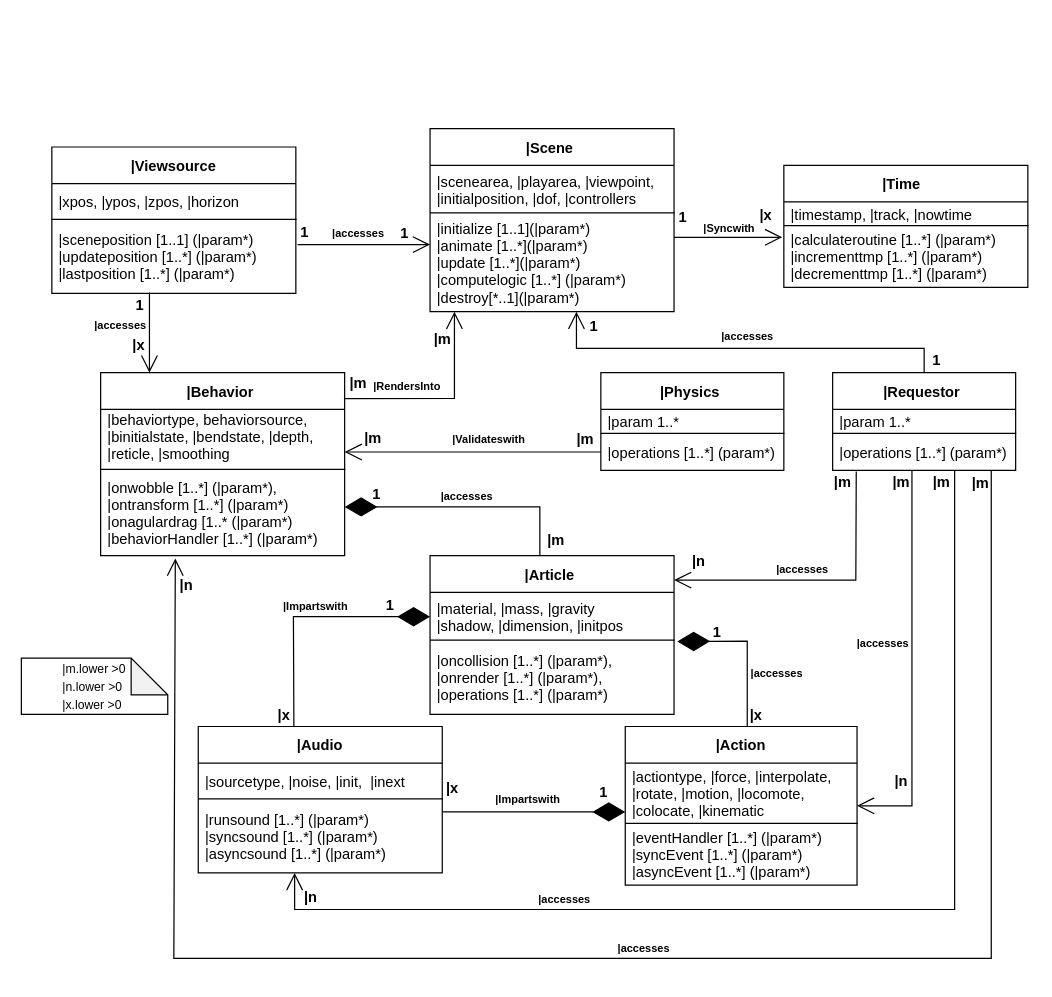
This is final.drawio from sai11101989/vrsemantics, a draw.io file, before an edit. Source tidied: cells renumbered, new cells numbered last; positions are measured from the earlier drawing's top-left corner, leaving out a move shared by most shapes. Both pictures are drawn from the tidied source at 122%, with x=0, y=0 at pixel (21, 128).
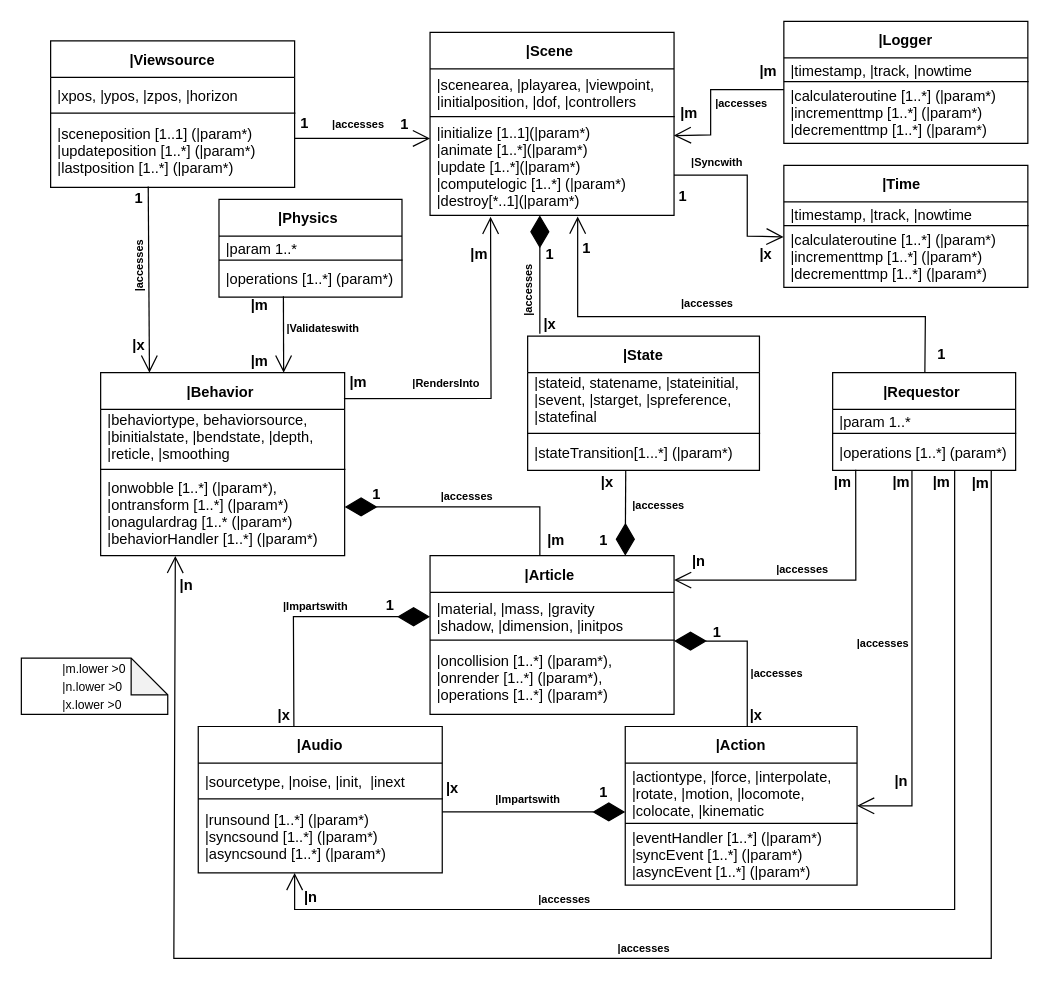
The same page after the edit.

Unchanged cells that the change refers to:
```xml
<mxCell id="4" value="|initialize [1..1](|param*)&#10;|animate [1..*](|param*)&#10;|update [1..*](|param*)&#10;|computelogic [1..*] (|param*)&#10;|destroy[*..1](|param*)" style="text;strokeColor=none;fillColor=none;align=left;verticalAlign=middle;spacingLeft=4;spacingRight=4;overflow=hidden;points=[[0,0.5],[1,0.5]];portConstraint=eastwest;" parent="2" vertex="1">
  <mxGeometry y="70" width="200" height="80" as="geometry" />
</mxCell>
<mxCell id="8" value="|sceneposition [1..1] (|param*)&#10;|updateposition [1..*] (|param*)&#10;|lastposition [1..*] (|param*)" style="text;strokeColor=none;fillColor=none;align=left;verticalAlign=middle;spacingLeft=4;spacingRight=4;overflow=hidden;points=[[0,0.5],[1,0.5]];portConstraint=eastwest;" parent="6" vertex="1">
  <mxGeometry y="60" width="200" height="60" as="geometry" />
</mxCell>
<mxCell id="12" value="|calculateroutine [1..*] (|param*)&#10;|incrementtmp [1..*] (|param*)&#10;|decrementtmp [1..*] (|param*)" style="text;strokeColor=none;fillColor=none;align=left;verticalAlign=middle;spacingLeft=4;spacingRight=4;overflow=hidden;points=[[0,0.5],[1,0.5]];portConstraint=eastwest;" parent="10" vertex="1">
  <mxGeometry y="50" width="200" height="50" as="geometry" />
</mxCell>
<mxCell id="20" value="|Behavior " style="swimlane;fontStyle=1;horizontal=1;startSize=30;" parent="1" vertex="1">
  <mxGeometry x="65" y="200" width="200" height="150" as="geometry" />
</mxCell>
<mxCell id="22" value="|onwobble [1..*] (|param*),&#10;|ontransform [1..*] (|param*)&#10;|onagulardrag [1..* (|param*)&#10;|behaviorHandler [1..*] (|param*)" style="text;strokeColor=none;fillColor=none;align=left;verticalAlign=middle;spacingLeft=4;spacingRight=4;overflow=hidden;points=[[0,0.5],[1,0.5]];portConstraint=eastwest;" parent="20" vertex="1">
  <mxGeometry y="80" width="200" height="70" as="geometry" />
</mxCell>
<mxCell id="39" value="|Requestor " style="swimlane;fontStyle=1;horizontal=1;startSize=30;" parent="1" vertex="1">
  <mxGeometry x="665" y="200" width="150" height="80" as="geometry" />
</mxCell>
<mxCell id="41" value="|operations [1..*] (param*)" style="text;strokeColor=none;fillColor=none;align=left;verticalAlign=middle;spacingLeft=4;spacingRight=4;overflow=hidden;points=[[0,0.5],[1,0.5]];portConstraint=eastwest;" parent="39" vertex="1">
  <mxGeometry y="50" width="150" height="30" as="geometry" />
</mxCell>
<mxCell id="49" value="|oncollision [1..*] (|param*),&#10;|onrender [1..*] (|param*),&#10;|operations [1..*] (|param*)" style="text;strokeColor=none;fillColor=none;align=left;verticalAlign=middle;spacingLeft=4;spacingRight=4;overflow=hidden;points=[[0,0.5],[1,0.5]];portConstraint=eastwest;" parent="47" vertex="1">
  <mxGeometry y="70" width="200" height="60" as="geometry" />
</mxCell>
```

Diff of the diagram source:
```diff
@@
     <mxCell id="2" value="|Scene " style="swimlane;fontStyle=1;horizontal=1;startSize=30;" parent="1" vertex="1">
-      <mxGeometry x="335" width="200" height="150" as="geometry" />
+      <mxGeometry x="335" y="-79" width="200" height="150" as="geometry" />
     </mxCell>
@@
     <mxCell id="6" value="|Viewsource" style="swimlane;fontStyle=1;horizontal=1;startSize=30;" parent="1" vertex="1">
-      <mxGeometry x="25" y="15" width="200" height="120" as="geometry" />
+      <mxGeometry x="24" y="-72" width="200" height="120" as="geometry" />
     </mxCell>
@@
     <mxCell id="14" value="1" style="text;html=1;align=center;verticalAlign=middle;strokeColor=none;fillColor=none;fontStyle=1;" parent="1" vertex="1">
-      <mxGeometry x="217" y="70" width="30" height="30" as="geometry" />
+      <mxGeometry x="217" y="-19" width="30" height="30" as="geometry" />
     </mxCell>
     <mxCell id="15" value="1" style="text;html=1;align=center;verticalAlign=middle;strokeColor=none;fillColor=none;fontStyle=1;" parent="1" vertex="1">
-      <mxGeometry x="299" y="71" width="30" height="30" as="geometry" />
+      <mxGeometry x="299" y="-18" width="30" height="30" as="geometry" />
     </mxCell>
-    <mxCell id="16" style="endArrow=open;endFill=1;endSize=12;html=1;rounded=0;entryX=-0.007;entryY=0.113;entryDx=0;entryDy=0;entryPerimeter=0;" parent="1" edge="1">
+    <mxCell id="16" style="endArrow=open;endFill=1;endSize=12;html=1;rounded=0;entryX=-0.001;entryY=0.174;entryDx=0;entryDy=0;entryPerimeter=0;exitX=1;exitY=0.588;exitDx=0;exitDy=0;exitPerimeter=0;" parent="1" edge="1" source="4" target="12">
       <mxGeometry relative="1" as="geometry">
-        <mxPoint x="535" y="89" as="sourcePoint" />
-        <mxPoint x="623.6" y="89" as="targetPoint" />
+        <Array as="points">
+          <mxPoint x="595" y="38" />
+          <mxPoint x="595" y="88" />
+        </Array>
       </mxGeometry>
     </mxCell>
     <mxCell id="17" value="1" style="text;html=1;align=center;verticalAlign=middle;strokeColor=none;fillColor=none;fontStyle=1;" parent="1" vertex="1">
-      <mxGeometry x="527" y="58" width="30" height="30" as="geometry" />
+      <mxGeometry x="527" y="41" width="30" height="30" as="geometry" />
     </mxCell>
     <mxCell id="18" value="|x" style="text;html=1;align=center;verticalAlign=middle;strokeColor=none;fillColor=none;fontStyle=1;" parent="1" vertex="1">
-      <mxGeometry x="595" y="56" width="30" height="30" as="geometry" />
+      <mxGeometry x="595" y="88" width="30" height="30" as="geometry" />
     </mxCell>
-    <mxCell id="19" style="endArrow=open;endFill=1;endSize=12;html=1;rounded=0;exitX=1.007;exitY=0.333;exitDx=0;exitDy=0;exitPerimeter=0;" parent="1" edge="1" source="8">
+    <mxCell id="19" style="endArrow=open;endFill=1;endSize=12;html=1;rounded=0;entryX=0.005;entryY=0.213;entryDx=0;entryDy=0;entryPerimeter=0;" parent="1" edge="1">
       <mxGeometry relative="1" as="geometry">
-        <mxPoint x="335" y="95" as="targetPoint" />
+        <mxPoint x="224" y="8" as="sourcePoint" />
+        <mxPoint x="335" y="8" as="targetPoint" />
       </mxGeometry>
     </mxCell>
@@
-    <mxCell id="24" value="|Physics " style="swimlane;fontStyle=1;horizontal=1;startSize=30;" parent="1" vertex="1">
-      <mxGeometry x="475" y="200" width="150" height="80" as="geometry" />
+    <mxCell id="24" value="|State" style="swimlane;fontStyle=1;horizontal=1;startSize=30;" parent="1" vertex="1">
+      <mxGeometry x="415" y="170" width="190" height="110" as="geometry" />
     </mxCell>
-    <mxCell id="25" value="|param 1..*" style="text;strokeColor=none;fillColor=none;align=left;verticalAlign=middle;spacingLeft=4;spacingRight=4;overflow=hidden;" parent="24" vertex="1">
-      <mxGeometry y="30" width="150" height="20" as="geometry" />
+    <mxCell id="25" value="|stateid, statename, |stateinitial, &#10;|sevent, |starget, |spreference, &#10;|statefinal&#10;&#10;" style="text;strokeColor=none;fillColor=none;align=left;verticalAlign=middle;spacingLeft=4;spacingRight=4;overflow=hidden;" parent="24" vertex="1">
+      <mxGeometry y="30" width="190" height="50" as="geometry" />
     </mxCell>
-    <mxCell id="26" value="|operations [1..*] (param*)" style="text;strokeColor=none;fillColor=none;align=left;verticalAlign=middle;spacingLeft=4;spacingRight=4;overflow=hidden;points=[[0,0.5],[1,0.5]];portConstraint=eastwest;" parent="24" vertex="1">
-      <mxGeometry y="50" width="150" height="30" as="geometry" />
+    <mxCell id="26" value="|stateTransition[1...*] (|param*)" style="text;strokeColor=none;fillColor=none;align=left;verticalAlign=middle;spacingLeft=4;spacingRight=4;overflow=hidden;points=[[0,0.5],[1,0.5]];portConstraint=eastwest;" parent="24" vertex="1">
+      <mxGeometry y="80" width="190" height="30" as="geometry" />
     </mxCell>
@@
-    <mxCell id="29" value="&lt;font style=&quot;font-size: 9px;&quot;&gt;|accesses&lt;/font&gt;" style="text;html=1;align=center;verticalAlign=middle;strokeColor=none;fillColor=none;fontStyle=1;" parent="1" vertex="1">
-      <mxGeometry x="46" y="146" width="70" height="30" as="geometry" />
+    <mxCell id="29" value="&lt;font style=&quot;font-size: 9px;&quot;&gt;|accesses&lt;/font&gt;" style="text;html=1;align=center;verticalAlign=middle;strokeColor=none;fillColor=none;fontStyle=1;rotation=-90;" parent="1" vertex="1">
+      <mxGeometry x="61" y="98" width="70" height="30" as="geometry" />
     </mxCell>
@@
     <mxCell id="31" value="1" style="text;html=1;align=center;verticalAlign=middle;strokeColor=none;fillColor=none;fontStyle=1;" parent="1" vertex="1">
-      <mxGeometry x="82" y="130" width="30" height="30" as="geometry" />
+      <mxGeometry x="81" y="42" width="30" height="30" as="geometry" />
     </mxCell>
-    <mxCell id="32" style="endArrow=open;endFill=1;endSize=12;html=1;rounded=0;exitX=0.997;exitY=0.142;exitDx=0;exitDy=0;exitPerimeter=0;" parent="1" edge="1" source="20">
+    <mxCell id="32" style="endArrow=open;endFill=1;endSize=12;html=1;rounded=0;exitX=0.997;exitY=0.142;exitDx=0;exitDy=0;exitPerimeter=0;entryX=0.248;entryY=1.015;entryDx=0;entryDy=0;entryPerimeter=0;" parent="1" edge="1" source="20" target="4">
       <mxGeometry relative="1" as="geometry">
-        <mxPoint x="355" y="150" as="targetPoint" />
         <Array as="points">
-          <mxPoint x="355" y="221" />
+          <mxPoint x="385" y="221" />
         </Array>
       </mxGeometry>
     </mxCell>
-    <mxCell id="33" style="endArrow=open;endFill=1;endSize=12;html=1;rounded=0;exitX=0;exitY=0.5;exitDx=0;exitDy=0;" parent="1" edge="1" source="26">
-      <mxGeometry relative="1" as="geometry">
-        <mxPoint x="265" y="265" as="targetPoint" />
-      </mxGeometry>
-    </mxCell>
     <mxCell id="34" value="&lt;font style=&quot;font-size: 9px;&quot;&gt;|accesses&lt;/font&gt;" style="text;html=1;align=center;verticalAlign=middle;strokeColor=none;fillColor=none;fontStyle=1;" parent="1" vertex="1">
-      <mxGeometry x="241" y="70" width="70" height="30" as="geometry" />
+      <mxGeometry x="241" y="-19" width="70" height="30" as="geometry" />
     </mxCell>
     <mxCell id="35" value="|m" style="text;html=1;align=center;verticalAlign=middle;strokeColor=none;fillColor=none;fontStyle=1;" parent="1" vertex="1">
-      <mxGeometry x="256" y="194" width="40" height="30" as="geometry" />
+      <mxGeometry x="256" y="193" width="40" height="30" as="geometry" />
     </mxCell>
     <mxCell id="36" value="|m" style="text;html=1;align=center;verticalAlign=middle;strokeColor=none;fillColor=none;fontStyle=1;" parent="1" vertex="1">
-      <mxGeometry x="325" y="158" width="40" height="30" as="geometry" />
+      <mxGeometry x="355" y="88" width="40" height="30" as="geometry" />
     </mxCell>
     <mxCell id="37" value="|m" style="text;html=1;align=center;verticalAlign=middle;strokeColor=none;fillColor=none;fontStyle=1;" parent="1" vertex="1">
-      <mxGeometry x="268" y="239" width="40" height="30" as="geometry" />
+      <mxGeometry x="175" y="176" width="40" height="30" as="geometry" />
     </mxCell>
     <mxCell id="38" value="|m" style="text;html=1;align=center;verticalAlign=middle;strokeColor=none;fillColor=none;fontStyle=1;" parent="1" vertex="1">
-      <mxGeometry x="442" y="240" width="40" height="30" as="geometry" />
+      <mxGeometry x="175" y="130" width="40" height="30" as="geometry" />
     </mxCell>
@@
-    <mxCell id="43" style="endArrow=open;endFill=1;endSize=12;html=1;rounded=0;exitX=0.5;exitY=0;exitDx=0;exitDy=0;" parent="1" edge="1" source="39">
+    <mxCell id="43" style="endArrow=open;endFill=1;endSize=12;html=1;rounded=0;entryX=0.605;entryY=1.013;entryDx=0;entryDy=0;entryPerimeter=0;exitX=0.053;exitY=0.98;exitDx=0;exitDy=0;exitPerimeter=0;" parent="1" edge="1" source="45" target="4">
       <mxGeometry relative="1" as="geometry">
-        <mxPoint x="455" y="150" as="targetPoint" />
         <Array as="points">
-          <mxPoint x="740" y="180" />
-          <mxPoint x="455" y="180" />
+          <mxPoint x="741" y="154" />
+          <mxPoint x="456" y="154" />
         </Array>
       </mxGeometry>
     </mxCell>
     <mxCell id="44" value="&lt;font style=&quot;font-size: 9px;&quot;&gt;|accesses&lt;/font&gt;" style="text;html=1;align=center;verticalAlign=middle;strokeColor=none;fillColor=none;fontStyle=1;" parent="1" vertex="1">
-      <mxGeometry x="560" y="155" width="70" height="30" as="geometry" />
+      <mxGeometry x="527" y="128" width="70" height="30" as="geometry" />
     </mxCell>
     <mxCell id="45" value="1" style="text;html=1;align=center;verticalAlign=middle;points=[];strokeColor=none;fillColor=none;fontStyle=1;" parent="1" vertex="1">
-      <mxGeometry x="735" y="175" width="30" height="30" as="geometry" />
+      <mxGeometry x="739" y="170" width="30" height="30" as="geometry" />
     </mxCell>
     <mxCell id="46" value="1" style="text;html=1;align=center;verticalAlign=middle;strokeColor=none;fillColor=none;fontStyle=1;" parent="1" vertex="1">
-      <mxGeometry x="454" y="147" width="30" height="30" as="geometry" />
+      <mxGeometry x="448" y="83" width="30" height="30" as="geometry" />
     </mxCell>
@@
     <mxCell id="63" value="&lt;font style=&quot;font-size: 9px;&quot;&gt;|Syncwith&lt;/font&gt;" style="text;html=1;align=center;verticalAlign=middle;strokeColor=none;fillColor=none;fontStyle=1;" parent="1" vertex="1">
-      <mxGeometry x="545" y="66" width="70" height="30" as="geometry" />
+      <mxGeometry x="535" y="12" width="70" height="30" as="geometry" />
     </mxCell>
     <mxCell id="64" value="&lt;font style=&quot;font-size: 9px;&quot;&gt;|Validateswith&lt;/font&gt;" style="text;html=1;align=center;verticalAlign=middle;strokeColor=none;fillColor=none;fontStyle=1;" parent="1" vertex="1">
-      <mxGeometry x="343" y="239" width="80" height="30" as="geometry" />
+      <mxGeometry x="207" y="148" width="80" height="30" as="geometry" />
     </mxCell>
-    <mxCell id="65" style="endArrow=open;endFill=1;endSize=12;html=1;rounded=0;fontSize=9;exitX=0.129;exitY=1.033;exitDx=0;exitDy=0;exitPerimeter=0;" parent="1" edge="1" source="41">
+    <mxCell id="65" style="endArrow=open;endFill=1;endSize=12;html=1;rounded=0;fontSize=9;exitX=0.126;exitY=0.985;exitDx=0;exitDy=0;exitPerimeter=0;" parent="1" edge="1" source="41">
       <mxGeometry relative="1" as="geometry">
         <mxPoint x="535" y="370" as="targetPoint" />
         <Array as="points">
           <mxPoint x="684" y="370" />
         </Array>
       </mxGeometry>
     </mxCell>
@@
-    <mxCell id="68" style="endArrow=open;endFill=1;endSize=12;html=1;rounded=0;fontSize=9;entryX=0.306;entryY=1.033;entryDx=0;entryDy=0;entryPerimeter=0;" parent="1" edge="1" target="22">
+    <mxCell id="68" style="endArrow=open;endFill=1;endSize=12;html=1;rounded=0;fontSize=9;entryX=0.306;entryY=1.002;entryDx=0;entryDy=0;entryPerimeter=0;" parent="1" edge="1" target="22">
       <mxGeometry relative="1" as="geometry">
         <mxPoint x="795" y="280" as="sourcePoint" />
         <Array as="points">
           <mxPoint x="795" y="680" />
-          <mxPoint x="435" y="680" />
           <mxPoint x="125" y="680" />
         </Array>
       </mxGeometry>
     </mxCell>
@@
-    <mxCell id="71" style="endArrow=diamondThin;endFill=1;endSize=24;html=1;rounded=0;fontSize=9;entryX=1.013;entryY=0.006;entryDx=0;entryDy=0;entryPerimeter=0;" parent="1" edge="1" target="49">
+    <mxCell id="71" style="endArrow=diamondThin;endFill=1;endSize=24;html=1;rounded=0;fontSize=9;" parent="1" edge="1">
       <mxGeometry relative="1" as="geometry">
         <mxPoint x="595" y="490" as="sourcePoint" />
+        <mxPoint x="535" y="420" as="targetPoint" />
         <Array as="points">
           <mxPoint x="595" y="420" />
         </Array>
       </mxGeometry>
     </mxCell>
@@
     <mxCell id="94" value="&lt;font style=&quot;font-size: 9px;&quot;&gt;|RendersInto&lt;/font&gt;" style="text;html=1;align=center;verticalAlign=middle;strokeColor=none;fillColor=none;fontStyle=1;" parent="1" vertex="1">
-      <mxGeometry x="276" y="196" width="80" height="30" as="geometry" />
+      <mxGeometry x="308" y="193" width="80" height="30" as="geometry" />
     </mxCell>
+    <mxCell id="95" value="|Logger" style="swimlane;fontStyle=1;horizontal=1;startSize=30;" parent="1" vertex="1">
+      <mxGeometry x="625" y="-88" width="200" height="100" as="geometry" />
+    </mxCell>
+    <mxCell id="96" value="|timestamp, |track, |nowtime" style="text;strokeColor=none;fillColor=none;align=left;verticalAlign=middle;spacingLeft=4;spacingRight=4;overflow=hidden;" parent="95" vertex="1">
+      <mxGeometry y="30" width="200" height="20" as="geometry" />
+    </mxCell>
+    <mxCell id="97" value="|calculateroutine [1..*] (|param*)&#10;|incrementtmp [1..*] (|param*)&#10;|decrementtmp [1..*] (|param*)" style="text;strokeColor=none;fillColor=none;align=left;verticalAlign=middle;spacingLeft=4;spacingRight=4;overflow=hidden;points=[[0,0.5],[1,0.5]];portConstraint=eastwest;" parent="95" vertex="1">
+      <mxGeometry y="50" width="200" height="50" as="geometry" />
+    </mxCell>
+    <mxCell id="98" style="endArrow=none;html=1;rounded=0;exitX=0;exitY=-0.012;exitDx=0;exitDy=0;exitPerimeter=0;entryX=1.003;entryY=-0.012;entryDx=0;entryDy=0;entryPerimeter=0;" parent="95" edge="1" source="97" target="97">
+      <mxGeometry relative="1" as="geometry" />
+    </mxCell>
+    <mxCell id="99" value="|Physics " style="swimlane;fontStyle=1;horizontal=1;startSize=30;" parent="1" vertex="1">
+      <mxGeometry x="162" y="58" width="150" height="80" as="geometry" />
+    </mxCell>
+    <mxCell id="100" value="|param 1..*" style="text;strokeColor=none;fillColor=none;align=left;verticalAlign=middle;spacingLeft=4;spacingRight=4;overflow=hidden;" parent="99" vertex="1">
+      <mxGeometry y="30" width="150" height="20" as="geometry" />
+    </mxCell>
+    <mxCell id="101" value="|operations [1..*] (param*)" style="text;strokeColor=none;fillColor=none;align=left;verticalAlign=middle;spacingLeft=4;spacingRight=4;overflow=hidden;points=[[0,0.5],[1,0.5]];portConstraint=eastwest;" parent="99" vertex="1">
+      <mxGeometry y="50" width="150" height="30" as="geometry" />
+    </mxCell>
+    <mxCell id="102" style="endArrow=none;html=1;rounded=0;exitX=0;exitY=-0.012;exitDx=0;exitDy=0;exitPerimeter=0;entryX=1.003;entryY=-0.012;entryDx=0;entryDy=0;entryPerimeter=0;" parent="99" edge="1" source="101" target="101">
+      <mxGeometry relative="1" as="geometry" />
+    </mxCell>
+    <mxCell id="103" style="endArrow=open;endFill=1;endSize=12;html=1;rounded=0;exitX=0.352;exitY=0.978;exitDx=0;exitDy=0;exitPerimeter=0;" parent="1" edge="1" source="101">
+      <mxGeometry relative="1" as="geometry">
+        <mxPoint x="215" y="200" as="targetPoint" />
+      </mxGeometry>
+    </mxCell>
+    <mxCell id="104" style="endArrow=open;endFill=1;endSize=12;html=1;rounded=0;entryX=0.999;entryY=0.183;entryDx=0;entryDy=0;entryPerimeter=0;" parent="1" edge="1" target="4">
+      <mxGeometry relative="1" as="geometry">
+        <mxPoint x="625" y="-32" as="sourcePoint" />
+        <Array as="points">
+          <mxPoint x="565" y="-32" />
+          <mxPoint x="565" y="-12" />
+          <mxPoint x="565" y="5" />
+        </Array>
+      </mxGeometry>
+    </mxCell>
+    <mxCell id="105" value="|m" style="text;html=1;align=center;verticalAlign=middle;strokeColor=none;fillColor=none;fontStyle=1;" parent="1" vertex="1">
+      <mxGeometry x="527" y="-27" width="40" height="30" as="geometry" />
+    </mxCell>
+    <mxCell id="106" value="|m" style="text;html=1;align=center;verticalAlign=middle;strokeColor=none;fillColor=none;fontStyle=1;" parent="1" vertex="1">
+      <mxGeometry x="592" y="-62" width="40" height="30" as="geometry" />
+    </mxCell>
+    <mxCell id="107" value="&lt;font style=&quot;font-size: 9px;&quot;&gt;|accesses&lt;/font&gt;" style="text;html=1;align=center;verticalAlign=middle;strokeColor=none;fillColor=none;fontStyle=1;" parent="1" vertex="1">
+      <mxGeometry x="555" y="-36" width="70" height="30" as="geometry" />
+    </mxCell>
+    <mxCell id="108" style="endArrow=diamondThin;endFill=1;endSize=24;html=1;rounded=0;fontSize=9;entryX=0.8;entryY=0.008;entryDx=0;entryDy=0;entryPerimeter=0;exitX=0.423;exitY=1.022;exitDx=0;exitDy=0;exitPerimeter=0;" parent="1" edge="1">
+      <mxGeometry relative="1" as="geometry">
+        <mxPoint x="495.4" y="279.7" as="sourcePoint" />
+        <mxPoint x="495" y="350" as="targetPoint" />
+      </mxGeometry>
+    </mxCell>
+    <mxCell id="109" value="&lt;font style=&quot;font-size: 9px;&quot;&gt;|accesses&lt;/font&gt;" style="text;html=1;align=center;verticalAlign=middle;strokeColor=none;fillColor=none;fontStyle=1;" parent="1" vertex="1">
+      <mxGeometry x="487" y="293" width="70" height="30" as="geometry" />
+    </mxCell>
+    <mxCell id="110" value="|x" style="text;html=1;align=center;verticalAlign=middle;strokeColor=none;fillColor=none;fontStyle=1;" parent="1" vertex="1">
+      <mxGeometry x="465" y="275" width="30" height="30" as="geometry" />
+    </mxCell>
+    <mxCell id="111" value="1" style="text;html=1;align=center;verticalAlign=middle;strokeColor=none;fillColor=none;fontStyle=1;" parent="1" vertex="1">
+      <mxGeometry x="462" y="323" width="30" height="30" as="geometry" />
+    </mxCell>
+    <mxCell id="112" style="endArrow=diamondThin;endFill=1;endSize=24;html=1;rounded=0;fontSize=9;entryX=0.49;entryY=1.05;entryDx=0;entryDy=0;entryPerimeter=0;" parent="1" edge="1">
+      <mxGeometry relative="1" as="geometry">
+        <mxPoint x="425" y="168" as="sourcePoint" />
+        <mxPoint x="425" y="71" as="targetPoint" />
+      </mxGeometry>
+    </mxCell>
+    <mxCell id="113" value="&lt;font style=&quot;font-size: 9px;&quot;&gt;|accesses&lt;/font&gt;" style="text;html=1;align=center;verticalAlign=middle;strokeColor=none;fillColor=none;fontStyle=1;rotation=-90;" parent="1" vertex="1">
+      <mxGeometry x="380" y="118" width="70" height="30" as="geometry" />
+    </mxCell>
+    <mxCell id="114" value="|x" style="text;html=1;align=center;verticalAlign=middle;strokeColor=none;fillColor=none;fontStyle=1;" parent="1" vertex="1">
+      <mxGeometry x="418" y="146" width="30" height="30" as="geometry" />
+    </mxCell>
+    <mxCell id="115" value="1" style="text;html=1;align=center;verticalAlign=middle;strokeColor=none;fillColor=none;fontStyle=1;" parent="1" vertex="1">
+      <mxGeometry x="418" y="88" width="30" height="30" as="geometry" />
+    </mxCell>
```
